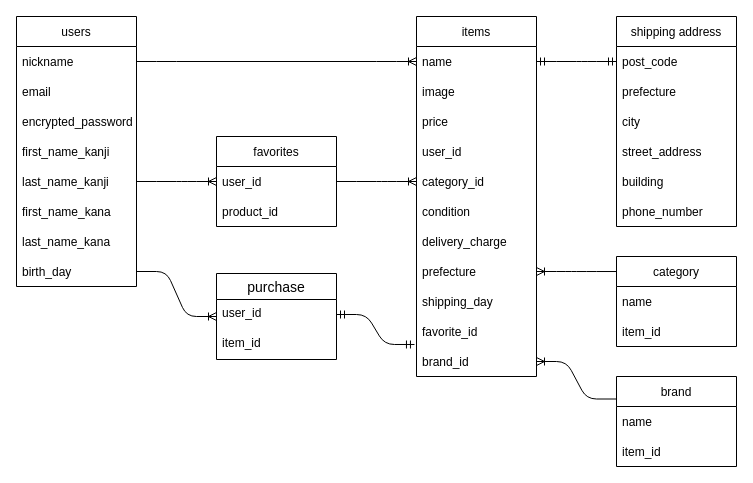
Earlier version of the draw.io diagram ER.dio (hachiko38101/furima-38101). Source tidied: cells renumbered, new cells numbered last; positions are measured from the earlier drawing's top-left corner, leaving out a move shared by most shapes. Both pictures are drawn from the tidied source at 100%, with x=0, y=0 at pixel (16, 16).
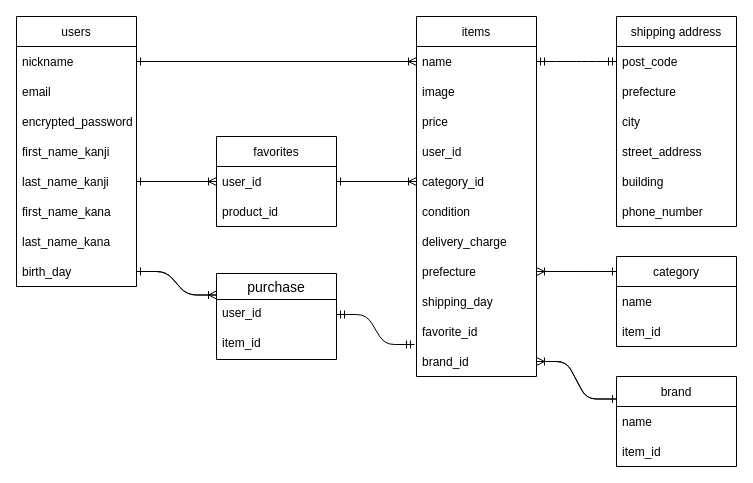
After the change.

Commit message:
DB設計ーER図の編集２

Unchanged cells that the change refers to:
```xml
<mxCell id="3" value="nickname" style="text;strokeColor=none;fillColor=none;align=left;verticalAlign=middle;spacingLeft=4;spacingRight=4;overflow=hidden;points=[[0,0.5],[1,0.5]];portConstraint=eastwest;" parent="2" vertex="1">
  <mxGeometry y="30" width="120" height="30" as="geometry" />
</mxCell>
<mxCell id="7" value="last_name_kanji" style="text;strokeColor=none;fillColor=none;align=left;verticalAlign=middle;spacingLeft=4;spacingRight=4;overflow=hidden;points=[[0,0.5],[1,0.5]];portConstraint=eastwest;" parent="2" vertex="1">
  <mxGeometry y="150" width="120" height="30" as="geometry" />
</mxCell>
<mxCell id="10" value="birth_day" style="text;strokeColor=none;fillColor=none;align=left;verticalAlign=middle;spacingLeft=4;spacingRight=4;overflow=hidden;points=[[0,0.5],[1,0.5]];portConstraint=eastwest;" parent="2" vertex="1">
  <mxGeometry y="240" width="120" height="30" as="geometry" />
</mxCell>
<mxCell id="12" value="name" style="text;strokeColor=none;fillColor=none;align=left;verticalAlign=middle;spacingLeft=4;spacingRight=4;overflow=hidden;points=[[0,0.5],[1,0.5]];portConstraint=eastwest;" parent="11" vertex="1">
  <mxGeometry y="30" width="120" height="30" as="geometry" />
</mxCell>
<mxCell id="16" value="category_id" style="text;strokeColor=none;fillColor=none;align=left;verticalAlign=middle;spacingLeft=4;spacingRight=4;overflow=hidden;points=[[0,0.5],[1,0.5]];portConstraint=eastwest;" parent="11" vertex="1">
  <mxGeometry y="150" width="120" height="30" as="geometry" />
</mxCell>
<mxCell id="19" value="prefecture" style="text;strokeColor=none;fillColor=none;align=left;verticalAlign=middle;spacingLeft=4;spacingRight=4;overflow=hidden;points=[[0,0.5],[1,0.5]];portConstraint=eastwest;" parent="11" vertex="1">
  <mxGeometry y="240" width="120" height="30" as="geometry" />
</mxCell>
<mxCell id="22" value="brand_id" style="text;strokeColor=none;fillColor=none;align=left;verticalAlign=middle;spacingLeft=4;spacingRight=4;overflow=hidden;points=[[0,0.5],[1,0.5]];portConstraint=eastwest;" parent="11" vertex="1">
  <mxGeometry y="330" width="120" height="30" as="geometry" />
</mxCell>
<mxCell id="24" value="user_id" style="text;strokeColor=none;fillColor=none;align=left;verticalAlign=middle;spacingLeft=4;spacingRight=4;overflow=hidden;points=[[0,0.5],[1,0.5]];portConstraint=eastwest;" parent="23" vertex="1">
  <mxGeometry y="30" width="120" height="30" as="geometry" />
</mxCell>
<mxCell id="36" value="purchase" style="swimlane;fontStyle=0;horizontal=1;startSize=26;align=center;fontSize=14;" parent="1" vertex="1">
  <mxGeometry x="200" y="257" width="120" height="86" as="geometry" />
</mxCell>
<mxCell id="45" value="brand" style="swimlane;fontStyle=0;horizontal=1;startSize=30;" parent="1" vertex="1">
  <mxGeometry x="600" y="360" width="120" height="90" as="geometry" />
</mxCell>
```

Diff of the diagram source:
```diff
@@
-    <mxCell id="40" style="edgeStyle=entityRelationEdgeStyle;fontSize=12;html=1;endArrow=ERoneToMany;exitX=1;exitY=0.5;exitDx=0;exitDy=0;entryX=0;entryY=0.5;entryDx=0;entryDy=0;" parent="1" edge="1" source="10" target="36">
+    <mxCell id="40" style="edgeStyle=entityRelationEdgeStyle;fontSize=12;html=1;endArrow=ERoneToMany;exitX=1;exitY=0.5;exitDx=0;exitDy=0;entryX=0;entryY=0.25;entryDx=0;entryDy=0;" parent="1" edge="1" source="10" target="36">
       <mxGeometry relative="1" as="geometry" />
     </mxCell>
@@
+    <mxCell id="50" style="edgeStyle=entityRelationEdgeStyle;fontSize=12;html=1;endArrow=ERone;endFill=1;entryX=1;entryY=0.5;entryDx=0;entryDy=0;exitX=0;exitY=0.5;exitDx=0;exitDy=0;" parent="1" edge="1" source="24" target="7">
+      <mxGeometry relative="1" as="geometry" />
+    </mxCell>
+    <mxCell id="51" style="edgeStyle=entityRelationEdgeStyle;fontSize=12;html=1;endArrow=ERone;endFill=1;exitX=0;exitY=0.25;exitDx=0;exitDy=0;entryX=1;entryY=0.5;entryDx=0;entryDy=0;" parent="1" edge="1" source="36" target="10">
+      <mxGeometry relative="1" as="geometry" />
+    </mxCell>
+    <mxCell id="52" style="edgeStyle=entityRelationEdgeStyle;fontSize=12;html=1;endArrow=ERone;endFill=1;entryX=1;entryY=0.5;entryDx=0;entryDy=0;exitX=0;exitY=0.5;exitDx=0;exitDy=0;" parent="1" edge="1" source="12" target="3">
+      <mxGeometry relative="1" as="geometry" />
+    </mxCell>
+    <mxCell id="53" style="edgeStyle=entityRelationEdgeStyle;fontSize=12;html=1;endArrow=ERone;endFill=1;exitX=1;exitY=0.5;exitDx=0;exitDy=0;" parent="1" edge="1" source="19">
+      <mxGeometry relative="1" as="geometry">
+        <mxPoint x="600" y="255" as="targetPoint" />
+      </mxGeometry>
+    </mxCell>
+    <mxCell id="54" style="edgeStyle=entityRelationEdgeStyle;fontSize=12;html=1;endArrow=ERone;endFill=1;entryX=0;entryY=0.25;entryDx=0;entryDy=0;exitX=1;exitY=0.5;exitDx=0;exitDy=0;" parent="1" edge="1" source="22" target="45">
+      <mxGeometry relative="1" as="geometry" />
+    </mxCell>
+    <mxCell id="55" style="edgeStyle=entityRelationEdgeStyle;fontSize=12;html=1;endArrow=ERone;endFill=1;entryX=1;entryY=0.5;entryDx=0;entryDy=0;exitX=0;exitY=0.5;exitDx=0;exitDy=0;" parent="1" edge="1" source="16" target="24">
+      <mxGeometry relative="1" as="geometry" />
+    </mxCell>
```
